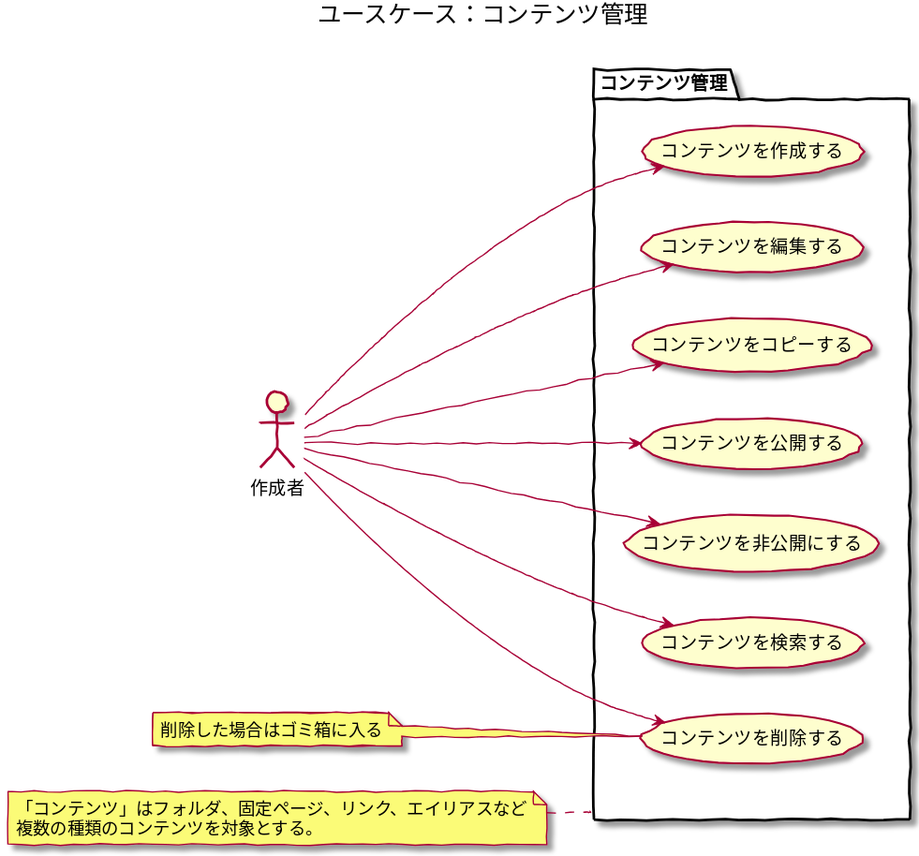
The PlantUML diagram 5/ucmitz/svg/use_case/contents.svg in baserproject/baserproject.github.io, before a commit. Its source is kept beside it as src/puml/5/ucmitz/svg/use_case/contents.puml.
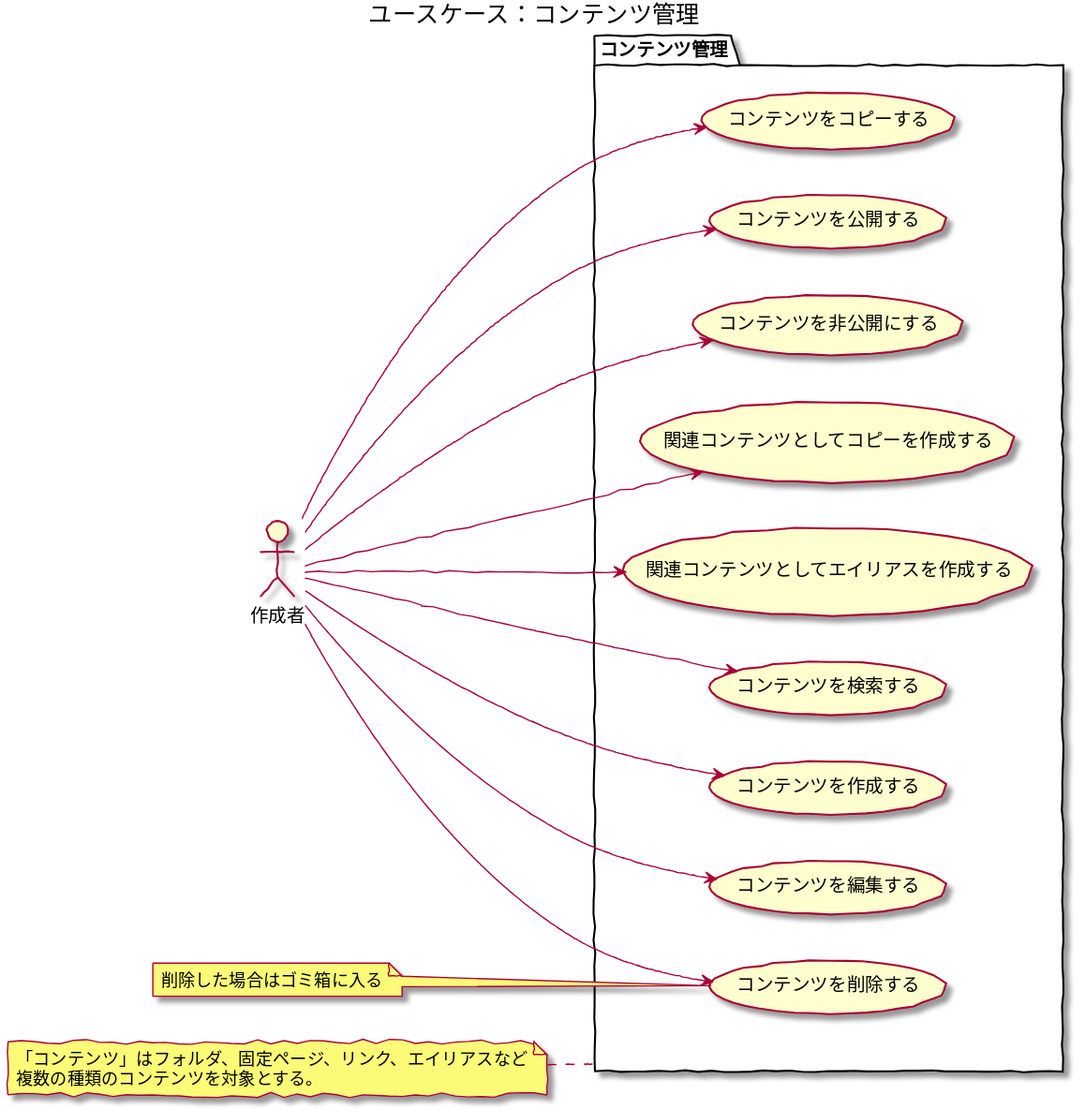
Above is the later version.

Commit message:
関連コンテンツの作成を追加

Change to the diagram source:
```diff
@@ -15,6 +15,8 @@
 	作成者 --> (コンテンツをコピーする)
 	作成者 --> (コンテンツを公開する)
 	作成者 --> (コンテンツを非公開にする)
+	作成者 --> (関連コンテンツとしてコピーを作成する)
+	作成者 --> (関連コンテンツとしてエイリアスを作成する)
 }
 
 note left of コンテンツ管理
```
